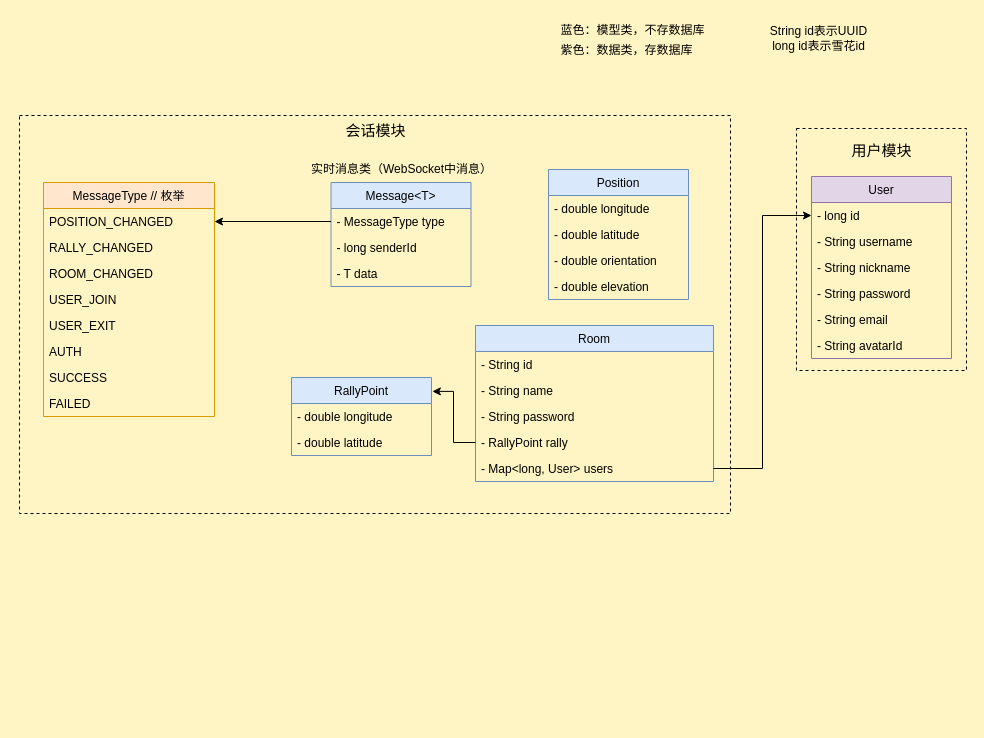
Before: page "类图" (1 of 4) of findMe-UML.dio in swsk33/find-me-cloud, a draw.io diagram. Source tidied: cells renumbered, new cells numbered last; positions are measured from the earlier drawing's top-left corner, leaving out a move shared by most shapes. Both pictures are drawn from the tidied source at 100%, with x=0, y=0 at pixel (19, 17).
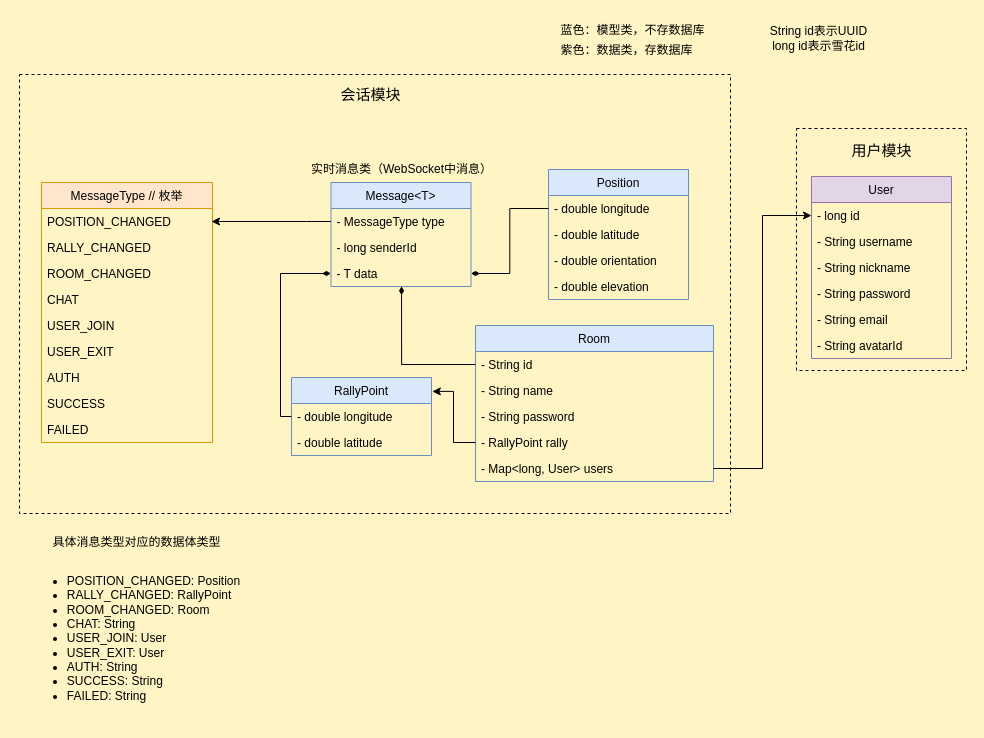
Above is the later version.

The change refers to these unchanged cells:
```xml
<mxCell id="12" value="- double longitude" style="text;strokeColor=none;fillColor=none;align=left;verticalAlign=top;spacingLeft=4;spacingRight=4;overflow=hidden;points=[[0,0.5],[1,0.5]];portConstraint=eastwest;" parent="11" vertex="1">
  <mxGeometry y="26" width="140" height="26" as="geometry" />
</mxCell>
<mxCell id="21" value="- String id" style="text;strokeColor=none;fillColor=none;align=left;verticalAlign=top;spacingLeft=4;spacingRight=4;overflow=hidden;points=[[0,0.5],[1,0.5]];portConstraint=eastwest;" parent="20" vertex="1">
  <mxGeometry y="26" width="238" height="26" as="geometry" />
</mxCell>
<mxCell id="29" value="- double longitude" style="text;strokeColor=none;fillColor=none;align=left;verticalAlign=top;spacingLeft=4;spacingRight=4;overflow=hidden;points=[[0,0.5],[1,0.5]];portConstraint=eastwest;" parent="28" vertex="1">
  <mxGeometry y="26" width="140" height="26" as="geometry" />
</mxCell>
<mxCell id="34" value="- MessageType type" style="text;strokeColor=none;fillColor=none;align=left;verticalAlign=top;spacingLeft=4;spacingRight=4;overflow=hidden;points=[[0,0.5],[1,0.5]];portConstraint=eastwest;" parent="33" vertex="1">
  <mxGeometry y="26" width="140" height="26" as="geometry" />
</mxCell>
<mxCell id="36" value="- T data" style="text;strokeColor=none;fillColor=none;align=left;verticalAlign=top;spacingLeft=4;spacingRight=4;overflow=hidden;points=[[0,0.5],[1,0.5]];portConstraint=eastwest;" parent="33" vertex="1">
  <mxGeometry y="78" width="140" height="26" as="geometry" />
</mxCell>
<mxCell id="39" value="POSITION_CHANGED" style="text;strokeColor=none;fillColor=none;align=left;verticalAlign=top;spacingLeft=4;spacingRight=4;overflow=hidden;points=[[0,0.5],[1,0.5]];portConstraint=eastwest;" parent="38" vertex="1">
  <mxGeometry y="26" width="171" height="26" as="geometry" />
</mxCell>
```

What changed in the source:
```diff
@@
     <mxCell id="2" style="rounded=0;whiteSpace=wrap;html=1;fillColor=none;dashed=1;" parent="1" vertex="1">
-      <mxGeometry y="98" width="711" height="398" as="geometry" />
+      <mxGeometry y="57" width="711" height="439" as="geometry" />
     </mxCell>
@@
     <mxCell id="27" value="&lt;font style=&quot;font-size: 15px;&quot;&gt;会话模块&lt;/font&gt;" style="text;html=1;align=center;verticalAlign=middle;strokeColor=none;fillColor=none;" parent="1" vertex="1">
-      <mxGeometry x="316.5" y="98" width="78" height="30" as="geometry" />
+      <mxGeometry x="311.5" y="62" width="78" height="30" as="geometry" />
     </mxCell>
@@
     <mxCell id="38" value="MessageType // 枚举" style="swimlane;fontStyle=0;horizontal=1;startSize=26;fillColor=#ffe6cc;strokeColor=#d79b00;" parent="1" vertex="1">
-      <mxGeometry x="24" y="165" width="171" height="234" as="geometry" />
+      <mxGeometry x="22" y="165" width="171" height="260" as="geometry" />
     </mxCell>
@@
+    <mxCell id="48" value="CHAT" style="text;strokeColor=none;fillColor=none;align=left;verticalAlign=top;spacingLeft=4;spacingRight=4;overflow=hidden;" parent="38" vertex="1">
+      <mxGeometry y="104" width="171" height="26" as="geometry" />
+    </mxCell>
     <mxCell id="42" value="USER_JOIN" style="text;strokeColor=none;fillColor=none;align=left;verticalAlign=top;spacingLeft=4;spacingRight=4;overflow=hidden;" parent="38" vertex="1">
-      <mxGeometry y="104" width="171" height="26" as="geometry" />
+      <mxGeometry y="130" width="171" height="26" as="geometry" />
     </mxCell>
     <mxCell id="43" value="USER_EXIT" style="text;strokeColor=none;fillColor=none;align=left;verticalAlign=top;spacingLeft=4;spacingRight=4;overflow=hidden;" parent="38" vertex="1">
-      <mxGeometry y="130" width="171" height="26" as="geometry" />
+      <mxGeometry y="156" width="171" height="26" as="geometry" />
     </mxCell>
     <mxCell id="44" value="AUTH" style="text;strokeColor=none;fillColor=none;align=left;verticalAlign=top;spacingLeft=4;spacingRight=4;overflow=hidden;" parent="38" vertex="1">
-      <mxGeometry y="156" width="171" height="26" as="geometry" />
+      <mxGeometry y="182" width="171" height="26" as="geometry" />
     </mxCell>
     <mxCell id="45" value="SUCCESS" style="text;strokeColor=none;fillColor=none;align=left;verticalAlign=top;spacingLeft=4;spacingRight=4;overflow=hidden;" parent="38" vertex="1">
-      <mxGeometry y="182" width="171" height="26" as="geometry" />
+      <mxGeometry y="208" width="171" height="26" as="geometry" />
     </mxCell>
     <mxCell id="46" value="FAILED" style="text;strokeColor=none;fillColor=none;align=left;verticalAlign=top;spacingLeft=4;spacingRight=4;overflow=hidden;" parent="38" vertex="1">
-      <mxGeometry y="208" width="171" height="26" as="geometry" />
+      <mxGeometry y="234" width="171" height="26" as="geometry" />
     </mxCell>
-    <mxCell id="47" style="edgeStyle=orthogonalEdgeStyle;rounded=0;jettySize=auto;html=1;exitX=0;exitY=0.5;exitDx=0;exitDy=0;entryX=1;entryY=0.5;entryDx=0;entryDy=0;fontColor=default;" parent="1" edge="1" source="34" target="39">
-      <mxGeometry relative="1" as="geometry" />
+    <mxCell id="47" style="edgeStyle=orthogonalEdgeStyle;rounded=0;jettySize=auto;html=1;exitX=0;exitY=0.5;exitDx=0;exitDy=0;fontColor=default;" parent="1" edge="1" source="34">
+      <mxGeometry relative="1" as="geometry">
+        <mxPoint x="192" y="204" as="targetPoint" />
+        <Array as="points">
+          <mxPoint x="287" y="204" />
+          <mxPoint x="287" y="204" />
+        </Array>
+      </mxGeometry>
     </mxCell>
+    <mxCell id="49" style="edgeStyle=orthogonalEdgeStyle;rounded=0;jettySize=auto;html=1;endArrow=diamondThin;endFill=1;" parent="1" edge="1" source="12" target="36">
+      <mxGeometry relative="1" as="geometry" />
+    </mxCell>
+    <mxCell id="50" style="edgeStyle=orthogonalEdgeStyle;rounded=0;jettySize=auto;html=1;exitX=0;exitY=0.5;exitDx=0;exitDy=0;entryX=0;entryY=0.5;entryDx=0;entryDy=0;endArrow=diamondThin;endFill=1;" parent="1" edge="1" source="29" target="36">
+      <mxGeometry relative="1" as="geometry">
+        <Array as="points">
+          <mxPoint x="261" y="399" />
+          <mxPoint x="261" y="256" />
+        </Array>
+      </mxGeometry>
+    </mxCell>
+    <mxCell id="51" style="edgeStyle=orthogonalEdgeStyle;rounded=0;jettySize=auto;html=1;exitX=0;exitY=0.5;exitDx=0;exitDy=0;entryX=0.504;entryY=0.989;entryDx=0;entryDy=0;entryPerimeter=0;endArrow=diamondThin;endFill=1;" parent="1" edge="1" source="21" target="36">
+      <mxGeometry relative="1" as="geometry" />
+    </mxCell>
+    <mxCell id="52" style="group;" parent="1" vertex="1">
+      <mxGeometry x="-2" y="512" width="231" height="192" as="geometry" />
+    </mxCell>
+    <mxCell id="53" value="具体消息类型对应的数据体类型" style="text;html=1;align=center;verticalAlign=middle;strokeColor=none;fillColor=none;" parent="52" vertex="1">
+      <mxGeometry x="26" width="186" height="26" as="geometry" />
+    </mxCell>
+    <mxCell id="54" value="&lt;ul&gt;&lt;li&gt;POSITION_CHANGED: Position&lt;/li&gt;&lt;li style=&quot;text-align: left;&quot;&gt;RALLY_CHANGED: RallyPoint&lt;/li&gt;&lt;li style=&quot;text-align: left;&quot;&gt;ROOM_CHANGED: Room&lt;br&gt;&lt;/li&gt;&lt;li style=&quot;text-align: left;&quot;&gt;CHAT: String&lt;br&gt;&lt;/li&gt;&lt;li style=&quot;text-align: left;&quot;&gt;USER_JOIN: User&lt;br&gt;&lt;/li&gt;&lt;li style=&quot;text-align: left;&quot;&gt;USER_EXIT: User&lt;br&gt;&lt;/li&gt;&lt;li style=&quot;text-align: left;&quot;&gt;AUTH: String&lt;/li&gt;&lt;li style=&quot;text-align: left;&quot;&gt;SUCCESS: String&lt;/li&gt;&lt;li style=&quot;text-align: left;&quot;&gt;FAILED: String&lt;/li&gt;&lt;/ul&gt;" style="text;html=1;align=center;verticalAlign=middle;strokeColor=none;fillColor=none;" parent="52" vertex="1">
+      <mxGeometry y="26" width="231" height="166" as="geometry" />
+    </mxCell>
```
